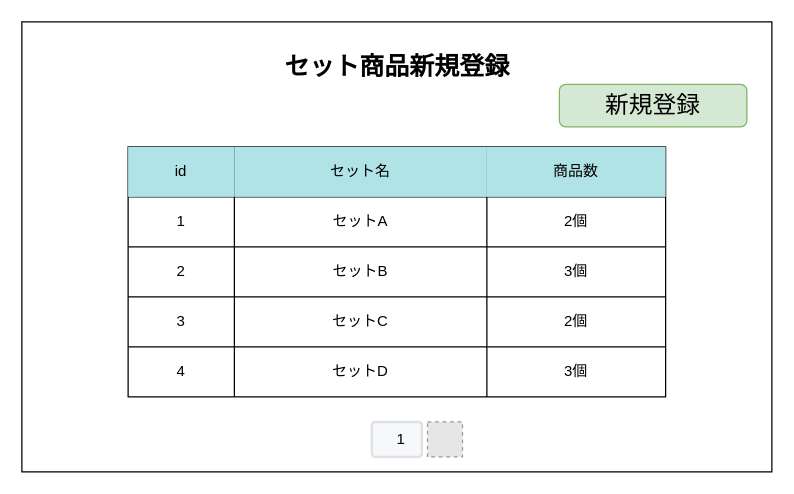
Earlier version of the draw.io diagram page "S07-01 セット商品一覧" (1 of 4) of 各種設計書/6.画面設計書/S07_在庫.drawio (HaruShim/Sotuken). Source tidied: cells renumbered, new cells numbered last; positions are measured from the earlier drawing's top-left corner, leaving out a move shared by most shapes. Both pictures are drawn from the tidied source at 125%, with x=0, y=0 at pixel (21, 21). Pictures stored in the file or linked from it are replaced by grey dashed boxes.
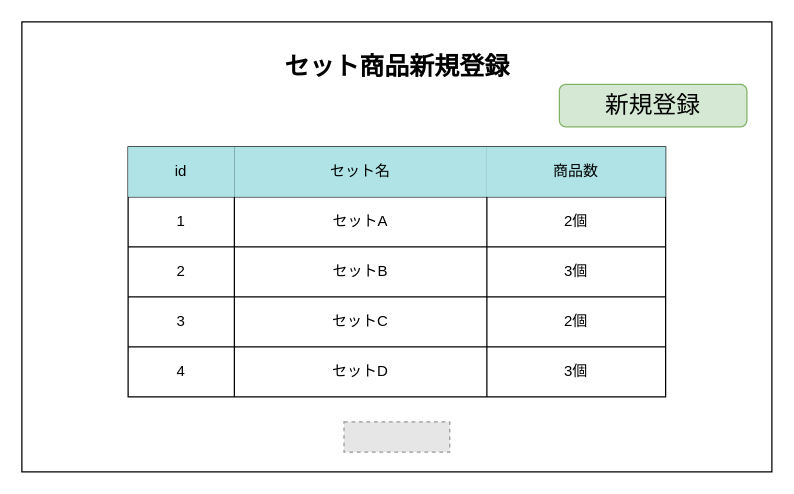
Above is the later version.

The edit, as a diff of the source:
```diff
@@
-    <mxCell id="26" style="fillColor=#E6E6E6;strokeColor=#999999;dashed=1;html=1;verticalAlign=top;verticalLabelPosition=bottom;labelBackgroundColor=#ffffff;fontSize=19;" parent="1" vertex="1">
-      <mxGeometry x="324.5" y="320" width="28" height="28" as="geometry" />
-    </mxCell>
-    <mxCell id="27" value="1" style="rounded=1;arcSize=9;fillColor=#F7F8F9;align=center;spacingLeft=5;strokeColor=#DEE1E6;html=1;strokeWidth=2;fontSize=12;" parent="1" vertex="1">
-      <mxGeometry x="280" y="320" width="40" height="28" as="geometry" />
-    </mxCell>
+    <mxCell id="30" style="fillColor=#E6E6E6;strokeColor=#999999;dashed=1;verticalLabelPosition=bottom;labelBackgroundColor=#ffffff;verticalAlign=top;" parent="1" vertex="1">
+      <mxGeometry x="257.7" y="320" width="84.6" height="24.1" as="geometry" />
+    </mxCell>
```
